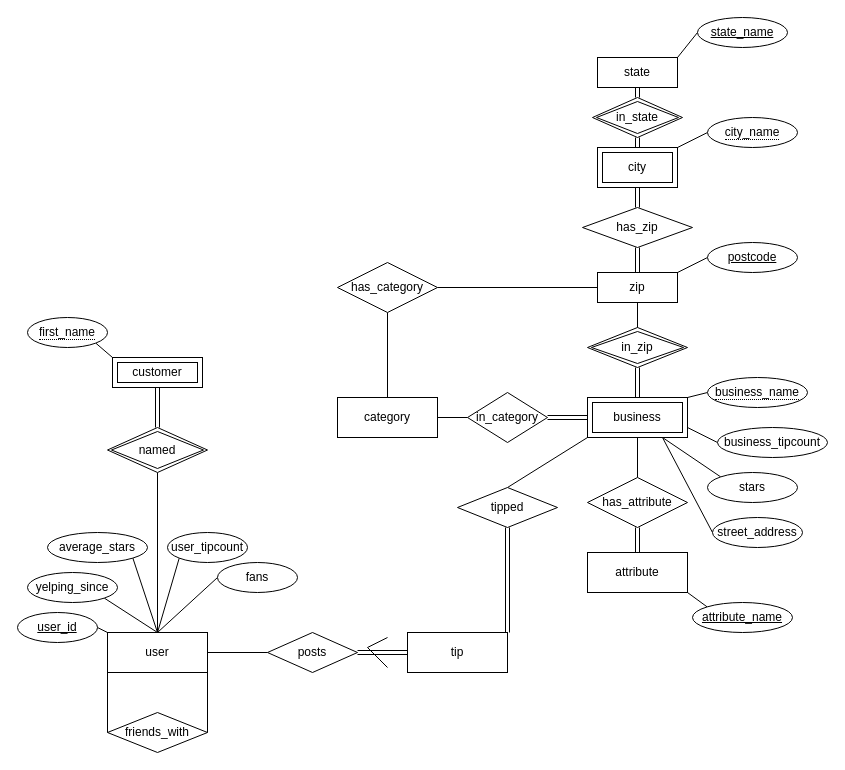
This is Milestone 1 ER.drawio from greg-pedersen/CS451Project, a draw.io file, before an edit. Source tidied: cells renumbered, new cells numbered last; positions are measured from the earlier drawing's top-left corner, leaving out a move shared by most shapes. Both pictures are drawn from the tidied source at 100%, with x=0, y=0 at pixel (17, 17).
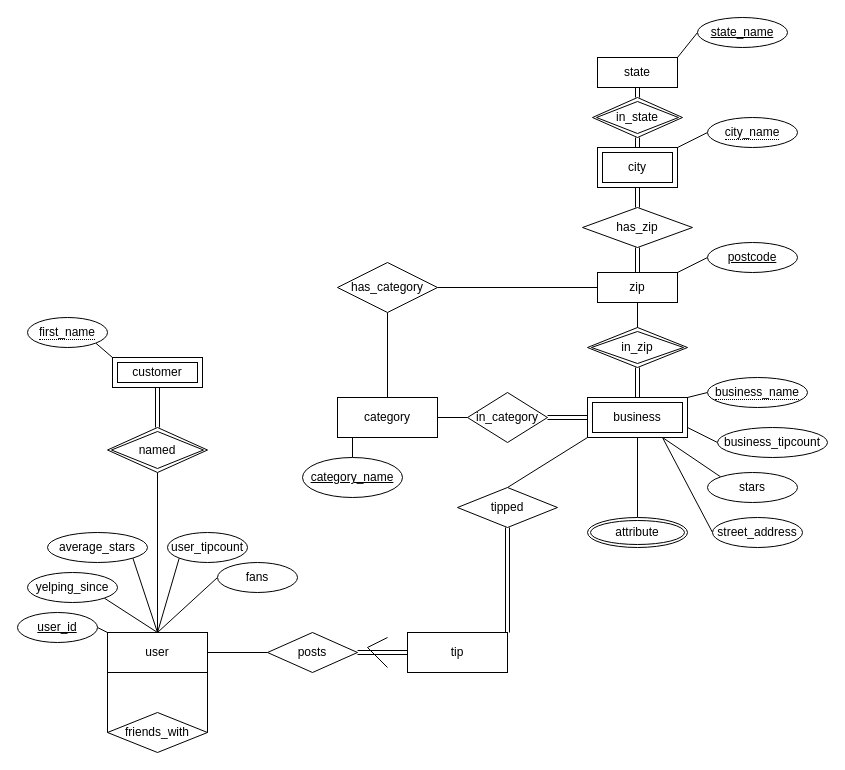
After the change.

Unchanged cells that the change refers to:
```xml
<mxCell id="14" value="category" style="whiteSpace=wrap;html=1;align=center;" parent="1" vertex="1">
  <mxGeometry x="320" y="380" width="100" height="40" as="geometry" />
</mxCell>
<mxCell id="23" value="business" style="shape=ext;margin=3;double=1;whiteSpace=wrap;html=1;align=center;" parent="1" vertex="1">
  <mxGeometry x="570" y="380" width="100" height="40" as="geometry" />
</mxCell>
```

Change to the diagram source:
```diff
@@
+    <mxCell id="73" style="edgeStyle=orthogonalEdgeStyle;rounded=0;jettySize=auto;html=1;exitX=0.25;exitY=1;exitDx=0;exitDy=0;entryX=0.5;entryY=0;entryDx=0;entryDy=0;endArrow=none;endFill=0;" parent="1" edge="1" source="14" target="74">
+      <mxGeometry relative="1" as="geometry" />
+    </mxCell>
@@
-    <mxCell id="22" style="edgeStyle=none;rounded=0;jettySize=auto;html=1;exitX=0.5;exitY=1;exitDx=0;exitDy=0;entryX=0.5;entryY=0;entryDx=0;entryDy=0;startArrow=none;startFill=0;endArrow=none;endFill=0;" parent="1" edge="1" source="23" target="70">
+    <mxCell id="22" style="edgeStyle=none;rounded=0;jettySize=auto;html=1;exitX=0.5;exitY=1;exitDx=0;exitDy=0;entryX=0.5;entryY=0;entryDx=0;entryDy=0;startArrow=none;startFill=0;endArrow=none;endFill=0;" parent="1" edge="1" source="23" target="68">
       <mxGeometry relative="1" as="geometry" />
     </mxCell>
@@
-    <mxCell id="67" style="edgeStyle=none;rounded=0;jettySize=auto;html=1;exitX=1;exitY=1;exitDx=0;exitDy=0;entryX=0;entryY=0;entryDx=0;entryDy=0;startArrow=none;startFill=0;endArrow=none;endFill=0;" parent="1" edge="1" source="68" target="71">
-      <mxGeometry relative="1" as="geometry" />
-    </mxCell>
+    <mxCell id="72" style="endArrow=none;html=1;rounded=0;" parent="1" edge="1">
+      <mxGeometry relative="1" as="geometry">
+        <mxPoint x="370" y="620" as="sourcePoint" />
+        <mxPoint x="370" y="650" as="targetPoint" />
+        <Array as="points">
+          <mxPoint x="350" y="630" />
+        </Array>
+      </mxGeometry>
+    </mxCell>
+    <mxCell id="74" value="&lt;u&gt;category_name&lt;/u&gt;" style="ellipse;whiteSpace=wrap;html=1;align=center;" parent="1" vertex="1">
+      <mxGeometry x="285" y="440" width="100" height="40" as="geometry" />
+    </mxCell>
-    <mxCell id="68" value="attribute" style="whiteSpace=wrap;html=1;align=center;" parent="1" vertex="1">
-      <mxGeometry x="570" y="535" width="100" height="40" as="geometry" />
+    <mxCell id="68" value="attribute" style="ellipse;shape=doubleEllipse;margin=3;whiteSpace=wrap;html=1;align=center;" parent="1" vertex="1">
+      <mxGeometry x="570" y="500" width="100" height="30" as="geometry" />
     </mxCell>
-    <mxCell id="69" style="edgeStyle=none;rounded=0;jettySize=auto;html=1;exitX=0.5;exitY=1;exitDx=0;exitDy=0;entryX=0.5;entryY=0;entryDx=0;entryDy=0;startArrow=none;startFill=0;endArrow=none;endFill=0;shape=link;" parent="1" edge="1" source="70" target="68">
-      <mxGeometry relative="1" as="geometry" />
-    </mxCell>
-    <mxCell id="70" value="has_attribute" style="shape=rhombus;perimeter=rhombusPerimeter;whiteSpace=wrap;html=1;align=center;" parent="1" vertex="1">
-      <mxGeometry x="570" y="460" width="100" height="50" as="geometry" />
-    </mxCell>
-    <mxCell id="71" value="&lt;u&gt;attribute_name&lt;/u&gt;" style="ellipse;whiteSpace=wrap;html=1;align=center;" parent="1" vertex="1">
-      <mxGeometry x="675" y="585" width="100" height="30" as="geometry" />
-    </mxCell>
-    <mxCell id="72" style="endArrow=none;html=1;rounded=0;" parent="1" edge="1">
-      <mxGeometry relative="1" as="geometry">
-        <mxPoint x="370" y="620" as="sourcePoint" />
-        <mxPoint x="370" y="650" as="targetPoint" />
-        <Array as="points">
-          <mxPoint x="350" y="630" />
-        </Array>
-      </mxGeometry>
-    </mxCell>
```
